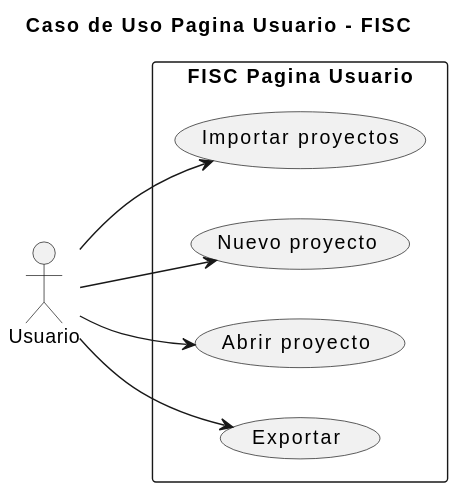
Earlier version of the PlantUML export imagenes/casosDeUso/casoUsoPaginaPrincipal.svg (mmasias/23-24-IdSw1-SDR). Its diagram source:
```plantuml
@startuml
title Caso de Uso Pagina Usuario - FISC

left to right direction

actor Usuario as user

rectangle "FISC Pagina Usuario" {
  usecase "Importar proyectos" as importar
  usecase "Nuevo proyecto" as newproyect
  usecase "Abrir proyecto" as openproyect
  usecase "Exportar" as exportarproyect

}

  user --> importar : ""
  user --> newproyect : ""
  user --> openproyect : ""
  user --> exportarproyect : ""
@enduml
```
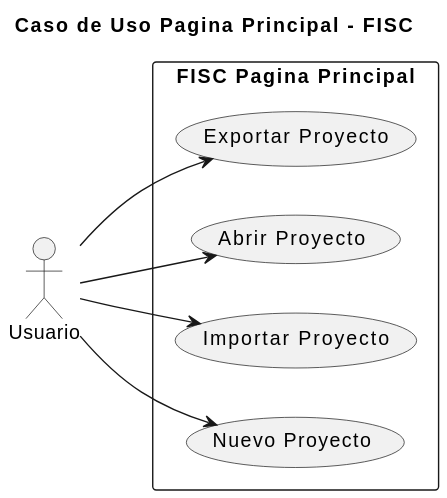
The same diagram one commit later.

What changed in the source:
```diff
@@ -1,20 +1,19 @@
 @startuml
-title Caso de Uso Pagina Usuario - FISC
+title Caso de Uso Pagina Principal - FISC
 
 left to right direction
 
 actor Usuario as user
 
-rectangle "FISC Pagina Usuario" {
-  usecase "Importar proyectos" as importar
-  usecase "Nuevo proyecto" as newproyect
-  usecase "Abrir proyecto" as openproyect
-  usecase "Exportar" as exportarproyect
-
+rectangle "FISC Pagina Principal" {
+    usecase "Exportar Proyecto" as exportar
+    usecase "Abrir Proyecto" as abrir
+    usecase "Importar Proyecto" as importar
+    usecase "Nuevo Proyecto" as nuevo
 }
 
-  user --> importar : ""
-  user --> newproyect : ""
-  user --> openproyect : ""
-  user --> exportarproyect : ""
+user --> exportar : ""
+user --> abrir : ""
+user --> importar : ""
+user --> nuevo : ""
 @enduml
```
